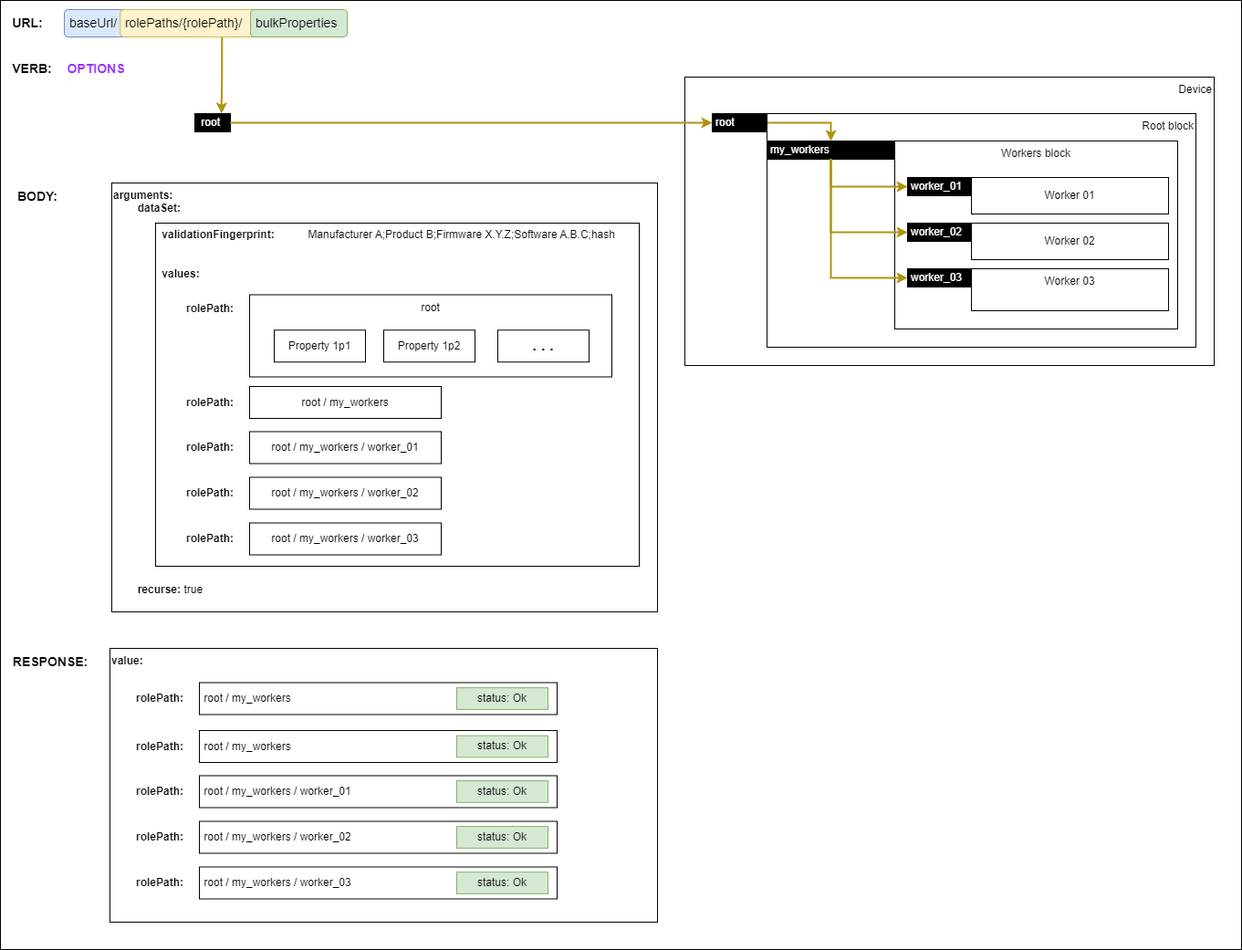
Before: docs/images/validating-full-backup.png, a diagram exported from draw.io (AMWA-TV/is-device-configuration). Source tidied: cells renumbered, new cells last; positions are measured from the earlier drawing's top-left corner, leaving out a move shared by most shapes.
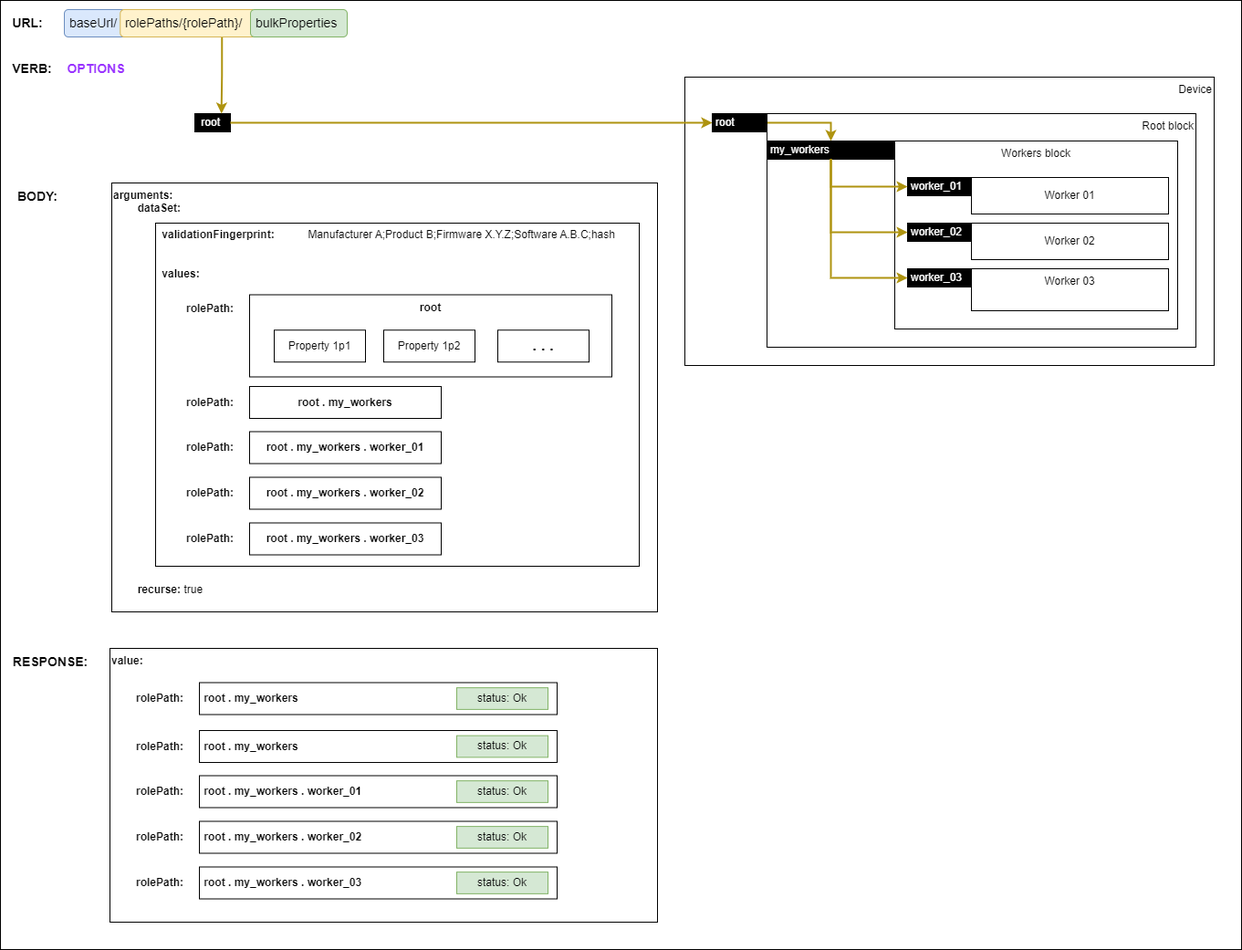
After the commit.

Commit message:
Update backup & restore diagrams

To represent role paths using "." as a delimiter

The edit, as a diff of the source:
```diff
@@ -5,6 +5,12 @@
     <mxCell id="2" style="rounded=0;whiteSpace=wrap;html=1;" parent="1" vertex="1">
       <mxGeometry width="1360" height="1040" as="geometry" />
     </mxCell>
+    <mxCell id="39" value="&lt;div&gt;&lt;b&gt;arguments:&lt;/b&gt;&lt;/div&gt;&lt;div&gt;&lt;b&gt;&lt;span style=&quot;white-space: pre;&quot;&gt;&#9;&lt;/span&gt;dataSet:&lt;br&gt;&lt;/b&gt;&lt;/div&gt;&lt;div&gt;&lt;br&gt;&lt;/div&gt;&lt;div&gt;&lt;b&gt;&lt;span style=&quot;white-space: pre;&quot;&gt;&lt;span style=&quot;white-space: pre;&quot;&gt;&#9;&lt;/span&gt;&#9;&lt;/span&gt;validationFingerprint:&lt;/b&gt; &lt;span style=&quot;white-space: pre;&quot;&gt;&#9;&lt;/span&gt;&lt;span style=&quot;white-space: pre;&quot;&gt;&#9;&lt;/span&gt;Manufacturer A;Product B;Firmware X.Y.Z;Software A.B.C;hash&lt;br&gt;&lt;/div&gt;&lt;div&gt;&lt;br&gt;&lt;/div&gt;&lt;div&gt;&lt;br&gt;&lt;/div&gt;&lt;b&gt;&lt;span style=&quot;white-space: pre;&quot;&gt;&#9;&lt;span style=&quot;white-space: pre;&quot;&gt;&#9;&lt;/span&gt;&lt;/span&gt;values:&lt;/b&gt;&lt;div&gt;&lt;b&gt;&lt;br&gt;&lt;/b&gt;&lt;/div&gt;&lt;div&gt;&lt;b&gt;&lt;br&gt;&lt;/b&gt;&lt;/div&gt;&lt;div&gt;&lt;b&gt;&lt;br&gt;&lt;/b&gt;&lt;/div&gt;&lt;div&gt;&lt;b&gt;&lt;br&gt;&lt;/b&gt;&lt;/div&gt;&lt;div&gt;&lt;b&gt;&lt;br&gt;&lt;/b&gt;&lt;/div&gt;&lt;div&gt;&lt;b&gt;&lt;br&gt;&lt;/b&gt;&lt;/div&gt;&lt;div&gt;&lt;b&gt;&lt;br&gt;&lt;/b&gt;&lt;/div&gt;&lt;div&gt;&lt;b&gt;&lt;br&gt;&lt;/b&gt;&lt;/div&gt;&lt;div&gt;&lt;b&gt;&lt;br&gt;&lt;/b&gt;&lt;/div&gt;&lt;div&gt;&lt;b&gt;&lt;br&gt;&lt;/b&gt;&lt;/div&gt;&lt;div&gt;&lt;b&gt;&lt;br&gt;&lt;/b&gt;&lt;/div&gt;&lt;div&gt;&lt;b&gt;&lt;br&gt;&lt;/b&gt;&lt;/div&gt;&lt;div&gt;&lt;b&gt;&lt;br&gt;&lt;/b&gt;&lt;/div&gt;&lt;div&gt;&lt;b&gt;&lt;br&gt;&lt;/b&gt;&lt;/div&gt;&lt;div&gt;&lt;b&gt;&lt;br&gt;&lt;/b&gt;&lt;/div&gt;&lt;div&gt;&lt;b&gt;&lt;br&gt;&lt;/b&gt;&lt;/div&gt;&lt;div&gt;&lt;b&gt;&lt;br&gt;&lt;/b&gt;&lt;/div&gt;&lt;div&gt;&lt;b&gt;&lt;br&gt;&lt;/b&gt;&lt;/div&gt;&lt;div&gt;&lt;b&gt;&lt;br&gt;&lt;/b&gt;&lt;/div&gt;&lt;div&gt;&lt;b&gt;&lt;br&gt;&lt;/b&gt;&lt;/div&gt;&lt;div&gt;&lt;b&gt;&lt;br&gt;&lt;/b&gt;&lt;/div&gt;&lt;div&gt;&lt;b&gt;&lt;br&gt;&lt;/b&gt;&lt;/div&gt;&lt;div&gt;&lt;b&gt;&lt;br&gt;&lt;/b&gt;&lt;/div&gt;&lt;div&gt;&lt;b&gt;&lt;span style=&quot;white-space: pre;&quot;&gt;&#9;&lt;/span&gt;recurse:&lt;/b&gt; true&lt;br&gt;&lt;/div&gt;" style="rounded=0;whiteSpace=wrap;html=1;align=left;verticalAlign=top;" parent="1" vertex="1">
+      <mxGeometry x="122" y="200" width="598" height="470" as="geometry" />
+    </mxCell>
+    <mxCell id="54" style="rounded=0;whiteSpace=wrap;html=1;fillColor=none;" parent="1" vertex="1">
+      <mxGeometry x="170" y="244" width="530" height="376" as="geometry" />
+    </mxCell>
     <mxCell id="3" value="Device" style="rounded=0;whiteSpace=wrap;html=1;align=right;verticalAlign=top;" parent="1" vertex="1">
       <mxGeometry x="750" y="84" width="580" height="316" as="geometry" />
     </mxCell>
@@ -86,16 +92,16 @@
     <mxCell id="29" value="&lt;b&gt;rolePath:&lt;/b&gt;" style="text;html=1;align=center;verticalAlign=middle;whiteSpace=wrap;rounded=0;" parent="1" vertex="1">
       <mxGeometry x="145" y="750" width="60" height="30" as="geometry" />
     </mxCell>
-    <mxCell id="30" value="&amp;nbsp;root / my_workers" style="rounded=0;whiteSpace=wrap;html=1;align=left;" parent="1" vertex="1">
+    <mxCell id="30" value="&amp;nbsp;root . my_workers" style="rounded=0;whiteSpace=wrap;html=1;align=left;fontStyle=1;" parent="1" vertex="1">
       <mxGeometry x="218" y="800" width="392" height="35" as="geometry" />
     </mxCell>
-    <mxCell id="31" value="&amp;nbsp;root / my_workers / worker_01" style="rounded=0;whiteSpace=wrap;html=1;align=left;" parent="1" vertex="1">
+    <mxCell id="31" value="&amp;nbsp;root . my_workers . worker_01" style="rounded=0;whiteSpace=wrap;html=1;align=left;fontStyle=1;" parent="1" vertex="1">
       <mxGeometry x="218" y="849.5" width="392" height="35" as="geometry" />
     </mxCell>
-    <mxCell id="32" value="&amp;nbsp;root / my_workers / worker_02" style="rounded=0;whiteSpace=wrap;html=1;align=left;" parent="1" vertex="1">
+    <mxCell id="32" value="&amp;nbsp;root . my_workers . worker_02" style="rounded=0;whiteSpace=wrap;html=1;align=left;fontStyle=1;" parent="1" vertex="1">
       <mxGeometry x="218" y="899.5" width="392" height="35" as="geometry" />
     </mxCell>
-    <mxCell id="33" value="&amp;nbsp;root / my_workers / worker_03" style="rounded=0;whiteSpace=wrap;html=1;align=left;" parent="1" vertex="1">
+    <mxCell id="33" value="&amp;nbsp;root . my_workers . worker_03" style="rounded=0;whiteSpace=wrap;html=1;align=left;fontStyle=1;" parent="1" vertex="1">
       <mxGeometry x="218" y="949.5" width="392" height="35" as="geometry" />
     </mxCell>
     <mxCell id="34" value="&lt;b&gt;rolePath:&lt;/b&gt;" style="text;html=1;align=center;verticalAlign=middle;whiteSpace=wrap;rounded=0;" parent="1" vertex="1">
@@ -113,10 +119,7 @@
     <mxCell id="38" value="BODY:" style="text;html=1;strokeColor=none;fillColor=none;align=center;verticalAlign=middle;whiteSpace=wrap;rounded=0;fontStyle=1;fontSize=14;" parent="1" vertex="1">
       <mxGeometry x="12" y="200" width="58" height="30" as="geometry" />
     </mxCell>
-    <mxCell id="39" value="&lt;div&gt;&lt;b&gt;arguments:&lt;/b&gt;&lt;/div&gt;&lt;div&gt;&lt;b&gt;&lt;span style=&quot;white-space: pre;&quot;&gt;&#9;&lt;/span&gt;dataSet:&lt;br&gt;&lt;/b&gt;&lt;/div&gt;&lt;div&gt;&lt;br&gt;&lt;/div&gt;&lt;div&gt;&lt;b&gt;&lt;span style=&quot;white-space: pre;&quot;&gt;&lt;span style=&quot;white-space: pre;&quot;&gt;&#9;&lt;/span&gt;&#9;&lt;/span&gt;validationFingerprint:&lt;/b&gt; &lt;span style=&quot;white-space: pre;&quot;&gt;&#9;&lt;/span&gt;&lt;span style=&quot;white-space: pre;&quot;&gt;&#9;&lt;/span&gt;Manufacturer A;Product B;Firmware X.Y.Z;Software A.B.C;hash&lt;br&gt;&lt;/div&gt;&lt;div&gt;&lt;br&gt;&lt;/div&gt;&lt;div&gt;&lt;br&gt;&lt;/div&gt;&lt;b&gt;&lt;span style=&quot;white-space: pre;&quot;&gt;&#9;&lt;span style=&quot;white-space: pre;&quot;&gt;&#9;&lt;/span&gt;&lt;/span&gt;values:&lt;/b&gt;&lt;div&gt;&lt;b&gt;&lt;br&gt;&lt;/b&gt;&lt;/div&gt;&lt;div&gt;&lt;b&gt;&lt;br&gt;&lt;/b&gt;&lt;/div&gt;&lt;div&gt;&lt;b&gt;&lt;br&gt;&lt;/b&gt;&lt;/div&gt;&lt;div&gt;&lt;b&gt;&lt;br&gt;&lt;/b&gt;&lt;/div&gt;&lt;div&gt;&lt;b&gt;&lt;br&gt;&lt;/b&gt;&lt;/div&gt;&lt;div&gt;&lt;b&gt;&lt;br&gt;&lt;/b&gt;&lt;/div&gt;&lt;div&gt;&lt;b&gt;&lt;br&gt;&lt;/b&gt;&lt;/div&gt;&lt;div&gt;&lt;b&gt;&lt;br&gt;&lt;/b&gt;&lt;/div&gt;&lt;div&gt;&lt;b&gt;&lt;br&gt;&lt;/b&gt;&lt;/div&gt;&lt;div&gt;&lt;b&gt;&lt;br&gt;&lt;/b&gt;&lt;/div&gt;&lt;div&gt;&lt;b&gt;&lt;br&gt;&lt;/b&gt;&lt;/div&gt;&lt;div&gt;&lt;b&gt;&lt;br&gt;&lt;/b&gt;&lt;/div&gt;&lt;div&gt;&lt;b&gt;&lt;br&gt;&lt;/b&gt;&lt;/div&gt;&lt;div&gt;&lt;b&gt;&lt;br&gt;&lt;/b&gt;&lt;/div&gt;&lt;div&gt;&lt;b&gt;&lt;br&gt;&lt;/b&gt;&lt;/div&gt;&lt;div&gt;&lt;b&gt;&lt;br&gt;&lt;/b&gt;&lt;/div&gt;&lt;div&gt;&lt;b&gt;&lt;br&gt;&lt;/b&gt;&lt;/div&gt;&lt;div&gt;&lt;b&gt;&lt;br&gt;&lt;/b&gt;&lt;/div&gt;&lt;div&gt;&lt;b&gt;&lt;br&gt;&lt;/b&gt;&lt;/div&gt;&lt;div&gt;&lt;b&gt;&lt;br&gt;&lt;/b&gt;&lt;/div&gt;&lt;div&gt;&lt;b&gt;&lt;br&gt;&lt;/b&gt;&lt;/div&gt;&lt;div&gt;&lt;b&gt;&lt;br&gt;&lt;/b&gt;&lt;/div&gt;&lt;div&gt;&lt;b&gt;&lt;br&gt;&lt;/b&gt;&lt;/div&gt;&lt;div&gt;&lt;b&gt;&lt;span style=&quot;white-space: pre;&quot;&gt;&#9;&lt;/span&gt;recurse:&lt;/b&gt; true&lt;br&gt;&lt;/div&gt;" style="rounded=0;whiteSpace=wrap;html=1;align=left;verticalAlign=top;" parent="1" vertex="1">
-      <mxGeometry x="122" y="200" width="598" height="470" as="geometry" />
-    </mxCell>
-    <mxCell id="40" value="root" style="rounded=0;whiteSpace=wrap;html=1;verticalAlign=top;" parent="1" vertex="1">
+    <mxCell id="40" value="root" style="rounded=0;whiteSpace=wrap;html=1;verticalAlign=top;fontStyle=1;" parent="1" vertex="1">
       <mxGeometry x="273" y="322.5" width="397" height="90" as="geometry" />
     </mxCell>
     <mxCell id="41" value="&lt;b&gt;rolePath:&lt;/b&gt;" style="text;html=1;align=center;verticalAlign=middle;whiteSpace=wrap;rounded=0;" parent="1" vertex="1">
@@ -131,16 +134,16 @@
     <mxCell id="44" value=". . ." style="rounded=0;whiteSpace=wrap;html=1;fontStyle=1;fontSize=17;" parent="1" vertex="1">
       <mxGeometry x="545" y="361.2" width="100" height="35" as="geometry" />
     </mxCell>
-    <mxCell id="45" value="root / my_workers" style="rounded=0;whiteSpace=wrap;html=1;" parent="1" vertex="1">
+    <mxCell id="45" value="root . my_workers" style="rounded=0;whiteSpace=wrap;html=1;fontStyle=1;" parent="1" vertex="1">
       <mxGeometry x="273" y="423" width="210" height="35" as="geometry" />
     </mxCell>
-    <mxCell id="46" value="root / my_workers / worker_01" style="rounded=0;whiteSpace=wrap;html=1;" parent="1" vertex="1">
+    <mxCell id="46" value="root . my_workers . worker_01" style="rounded=0;whiteSpace=wrap;html=1;fontStyle=1;" parent="1" vertex="1">
       <mxGeometry x="273" y="472.5" width="210" height="35" as="geometry" />
     </mxCell>
-    <mxCell id="47" value="root / my_workers / worker_02" style="rounded=0;whiteSpace=wrap;html=1;" parent="1" vertex="1">
+    <mxCell id="47" value="root . my_workers . worker_02" style="rounded=0;whiteSpace=wrap;html=1;fontStyle=1;" parent="1" vertex="1">
       <mxGeometry x="273" y="522.5" width="210" height="35" as="geometry" />
     </mxCell>
-    <mxCell id="48" value="root / my_workers / worker_03" style="rounded=0;whiteSpace=wrap;html=1;" parent="1" vertex="1">
+    <mxCell id="48" value="root . my_workers . worker_03" style="rounded=0;whiteSpace=wrap;html=1;fontStyle=1;" parent="1" vertex="1">
       <mxGeometry x="273" y="572.5" width="210" height="35" as="geometry" />
     </mxCell>
     <mxCell id="49" value="&lt;b&gt;rolePath:&lt;/b&gt;" style="text;html=1;align=center;verticalAlign=middle;whiteSpace=wrap;rounded=0;" parent="1" vertex="1">
@@ -155,12 +158,9 @@
     <mxCell id="52" value="&lt;b&gt;rolePath:&lt;/b&gt;" style="text;html=1;align=center;verticalAlign=middle;whiteSpace=wrap;rounded=0;" parent="1" vertex="1">
       <mxGeometry x="200" y="575" width="60" height="30" as="geometry" />
     </mxCell>
-    <mxCell id="53" value="&amp;nbsp;root / my_workers" style="rounded=0;whiteSpace=wrap;html=1;align=left;" parent="1" vertex="1">
+    <mxCell id="53" value="&amp;nbsp;root . my_workers" style="rounded=0;whiteSpace=wrap;html=1;align=left;fontStyle=1;" parent="1" vertex="1">
       <mxGeometry x="218" y="747.5" width="392" height="35" as="geometry" />
     </mxCell>
-    <mxCell id="54" style="rounded=0;whiteSpace=wrap;html=1;fillColor=none;" parent="1" vertex="1">
-      <mxGeometry x="170" y="244" width="530" height="376" as="geometry" />
-    </mxCell>
     <mxCell id="55" value="status: Ok" style="rounded=0;whiteSpace=wrap;html=1;fillColor=#d5e8d4;strokeColor=#82b366;" parent="1" vertex="1">
       <mxGeometry x="500" y="753.1" width="100" height="23.8" as="geometry" />
     </mxCell>
```
